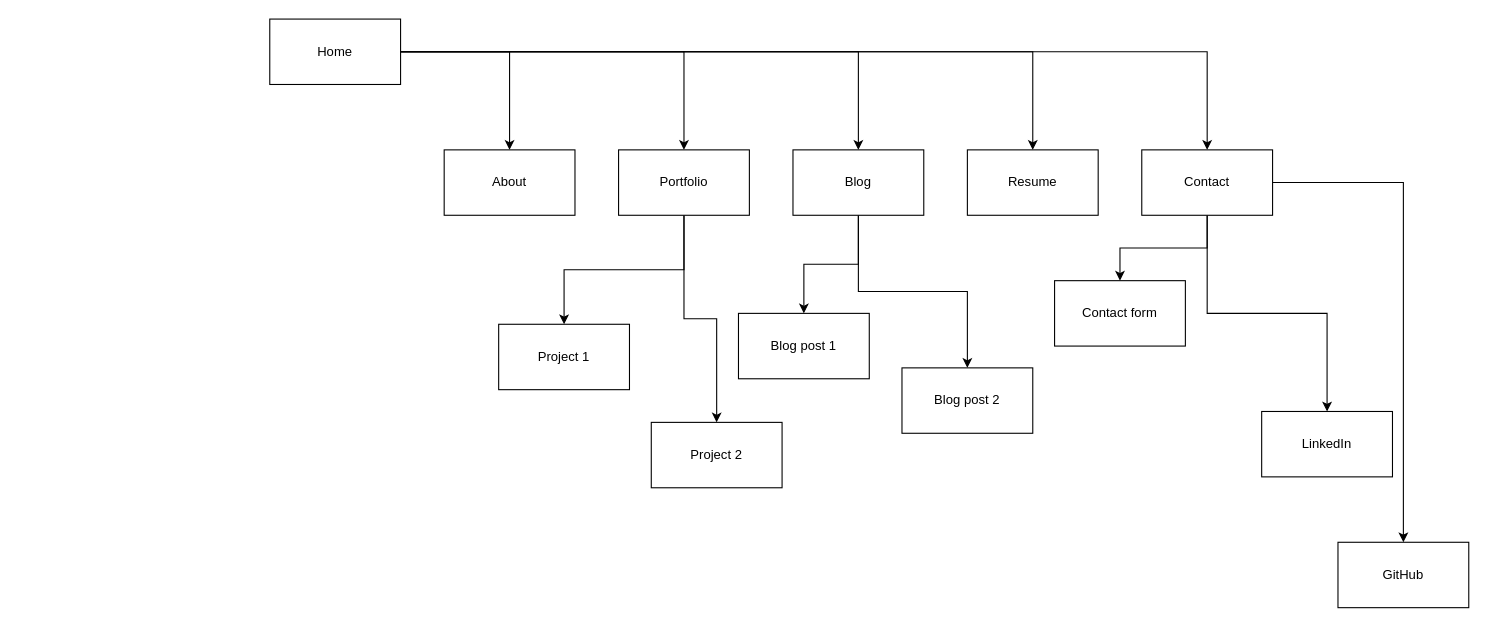
jevontrei/t1a2-portfolio-jvt keeps this draw.io diagram as t1a2-portfolio-jvt.drawio. Above is the earlier version. Source tidied: cells renumbered, new cells numbered last; positions are measured from the earlier drawing's top-left corner, leaving out a move shared by most shapes. Both pictures are drawn from the tidied source at 109%, with x=0, y=0 at pixel (269, 19).
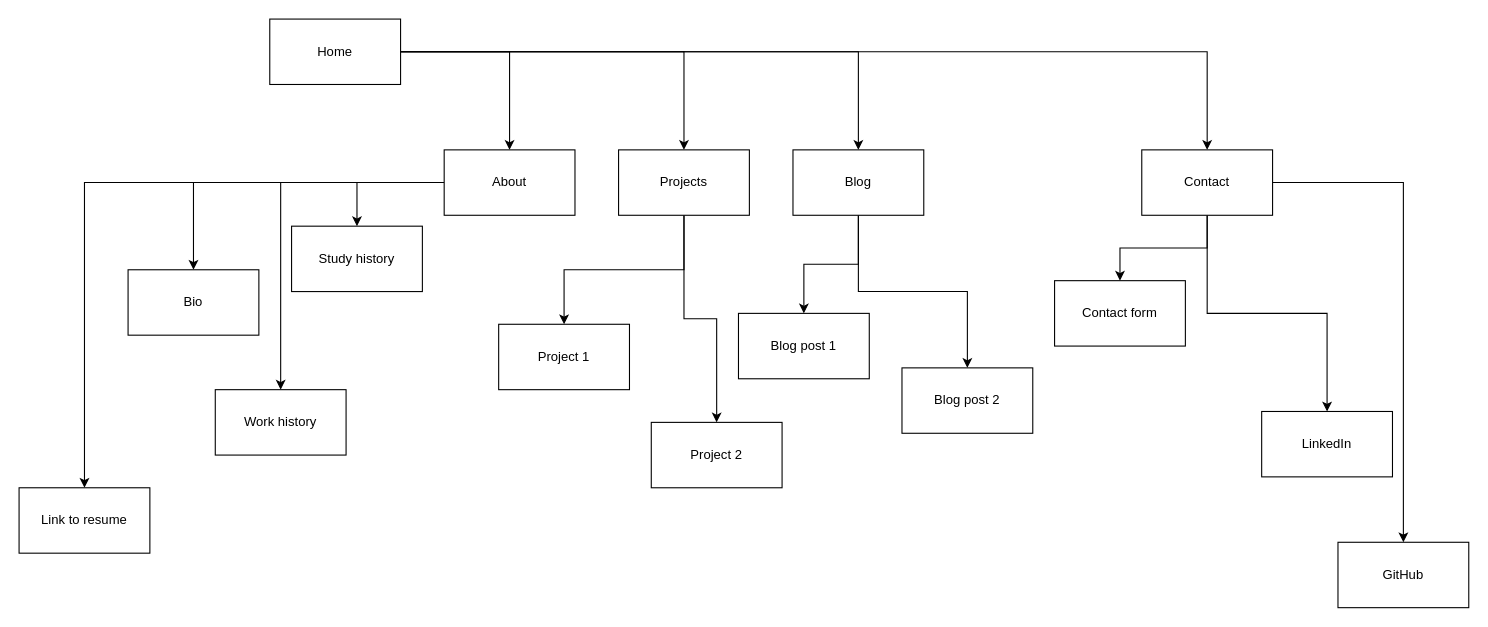
The same diagram, later.

The change refers to these unchanged cells:
```xml
<mxCell id="7" value="About" style="rounded=0;whiteSpace=wrap;html=1;" parent="1" vertex="1">
  <mxGeometry x="160" y="120" width="120" height="60" as="geometry" />
</mxCell>
<mxCell id="8" value="Home" style="rounded=0;whiteSpace=wrap;html=1;" parent="1" vertex="1">
  <mxGeometry width="120" height="60" as="geometry" />
</mxCell>
```

Change to the diagram source:
```diff
@@
-    <mxCell id="5" style="edgeStyle=orthogonalEdgeStyle;rounded=0;jettySize=auto;html=1;" parent="1" edge="1" source="8" target="15">
-      <mxGeometry relative="1" as="geometry" />
-    </mxCell>
@@
+    <mxCell id="27" style="edgeStyle=orthogonalEdgeStyle;rounded=0;jettySize=auto;html=1;" parent="1" edge="1" source="7" target="31">
+      <mxGeometry relative="1" as="geometry" />
+    </mxCell>
+    <mxCell id="28" style="edgeStyle=orthogonalEdgeStyle;rounded=0;jettySize=auto;html=1;" parent="1" edge="1" source="7" target="32">
+      <mxGeometry relative="1" as="geometry" />
+    </mxCell>
+    <mxCell id="29" style="edgeStyle=orthogonalEdgeStyle;rounded=0;jettySize=auto;html=1;" parent="1" edge="1" source="7" target="33">
+      <mxGeometry relative="1" as="geometry" />
+    </mxCell>
+    <mxCell id="30" style="edgeStyle=orthogonalEdgeStyle;rounded=0;jettySize=auto;html=1;" parent="1" edge="1" source="7" target="34">
+      <mxGeometry relative="1" as="geometry" />
+    </mxCell>
@@
-    <mxCell id="15" value="Resume" style="rounded=0;whiteSpace=wrap;html=1;" parent="1" vertex="1">
-      <mxGeometry x="640" y="120" width="120" height="60" as="geometry" />
-    </mxCell>
-    <mxCell id="16" value="Portfolio" style="rounded=0;whiteSpace=wrap;html=1;" parent="1" vertex="1">
+    <mxCell id="16" value="Projects" style="rounded=0;whiteSpace=wrap;html=1;" parent="1" vertex="1">
       <mxGeometry x="320" y="120" width="120" height="60" as="geometry" />
     </mxCell>
@@
+    <mxCell id="31" value="Work history" style="rounded=0;whiteSpace=wrap;html=1;" parent="1" vertex="1">
+      <mxGeometry x="-50" y="340" width="120" height="60" as="geometry" />
+    </mxCell>
+    <mxCell id="32" value="Study history" style="rounded=0;whiteSpace=wrap;html=1;" parent="1" vertex="1">
+      <mxGeometry x="20" y="190" width="120" height="60" as="geometry" />
+    </mxCell>
+    <mxCell id="33" value="Bio" style="rounded=0;whiteSpace=wrap;html=1;" parent="1" vertex="1">
+      <mxGeometry x="-130" y="230" width="120" height="60" as="geometry" />
+    </mxCell>
+    <mxCell id="34" value="Link to resume" style="rounded=0;whiteSpace=wrap;html=1;" parent="1" vertex="1">
+      <mxGeometry x="-230" y="430" width="120" height="60" as="geometry" />
+    </mxCell>
```
